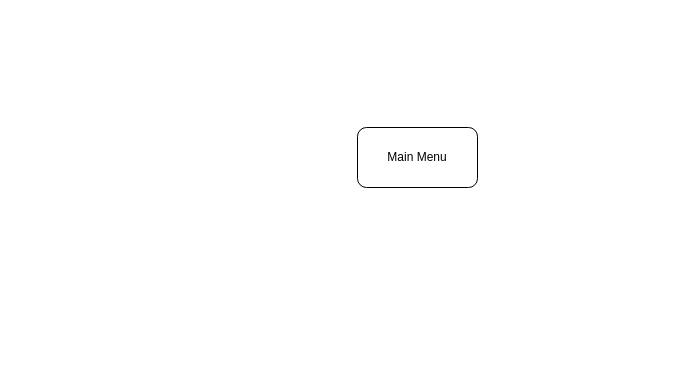
lewisglass/ProgrammingPrinciplesCoursework keeps this draw.io diagram as state_diagram.drawio. Above is the earlier version. Source tidied: cells renumbered, new cells numbered last; positions are measured from the earlier drawing's top-left corner, leaving out a move shared by most shapes. Both pictures are drawn from the tidied source at 100%, with x=0, y=0 at pixel (357, 127).
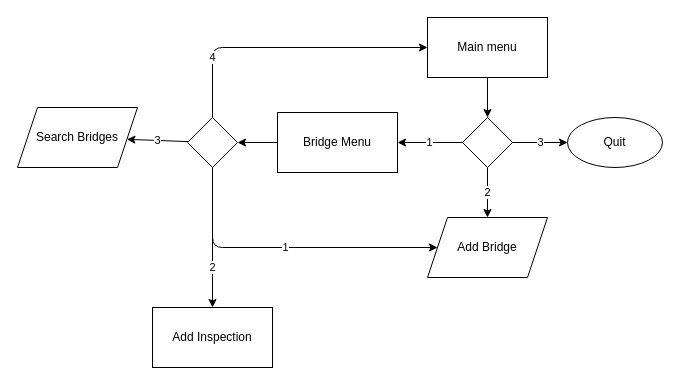
After the change.

Commit message (it also covers changes not shown here):
Made inspection and bridge creatable with incomplete parameters

The edit, as a diff of the source:
```diff
@@
-    <mxCell id="2" value="Main Menu" style="rounded=1;whiteSpace=wrap;html=1;" parent="1" vertex="1">
-      <mxGeometry width="120" height="60" as="geometry" />
-    </mxCell>
+    <mxCell id="3" style="edgeStyle=none;html=1;" parent="1" edge="1" source="4" target="8">
+      <mxGeometry relative="1" as="geometry" />
+    </mxCell>
+    <mxCell id="4" value="Main menu" style="rounded=0;whiteSpace=wrap;html=1;" parent="1" vertex="1">
+      <mxGeometry x="70" y="-110" width="120" height="60" as="geometry" />
+    </mxCell>
+    <mxCell id="5" value="1" style="edgeStyle=none;html=1;" parent="1" edge="1" source="8" target="10">
+      <mxGeometry relative="1" as="geometry" />
+    </mxCell>
+    <mxCell id="6" value="3" style="edgeStyle=none;html=1;entryX=0;entryY=0.5;entryDx=0;entryDy=0;" parent="1" edge="1" source="8" target="11">
+      <mxGeometry relative="1" as="geometry" />
+    </mxCell>
+    <mxCell id="7" value="2" style="edgeStyle=none;html=1;entryX=0.5;entryY=0;entryDx=0;entryDy=0;" parent="1" edge="1" source="8" target="18">
+      <mxGeometry relative="1" as="geometry" />
+    </mxCell>
+    <mxCell id="8" style="rhombus;whiteSpace=wrap;html=1;rounded=0;" parent="1" vertex="1">
+      <mxGeometry x="105" y="-10" width="50" height="50" as="geometry" />
+    </mxCell>
+    <mxCell id="9" style="edgeStyle=none;html=1;" parent="1" edge="1" source="10" target="16">
+      <mxGeometry relative="1" as="geometry" />
+    </mxCell>
+    <mxCell id="10" value="Bridge Menu" style="whiteSpace=wrap;html=1;rounded=0;" parent="1" vertex="1">
+      <mxGeometry x="-80" y="-15" width="120" height="60" as="geometry" />
+    </mxCell>
+    <mxCell id="11" value="Quit" style="ellipse;whiteSpace=wrap;html=1;" parent="1" vertex="1">
+      <mxGeometry x="210" y="-10" width="95" height="50" as="geometry" />
+    </mxCell>
+    <mxCell id="12" value="1" style="edgeStyle=none;html=1;entryX=0;entryY=0.5;entryDx=0;entryDy=0;" parent="1" edge="1" source="16" target="18">
+      <mxGeometry relative="1" as="geometry">
+        <Array as="points">
+          <mxPoint x="-145" y="120" />
+        </Array>
+      </mxGeometry>
+    </mxCell>
+    <mxCell id="13" value="2" style="edgeStyle=none;html=1;" parent="1" edge="1" source="16" target="17">
+      <mxGeometry x="0.43" relative="1" as="geometry" />
+    </mxCell>
+    <mxCell id="14" value="3" style="edgeStyle=none;html=1;" parent="1" edge="1" source="16" target="19">
+      <mxGeometry relative="1" as="geometry" />
+    </mxCell>
+    <mxCell id="15" value="4" style="edgeStyle=none;html=1;entryX=0;entryY=0.5;entryDx=0;entryDy=0;" parent="1" edge="1" source="16" target="4">
+      <mxGeometry x="-0.58" relative="1" as="geometry">
+        <Array as="points">
+          <mxPoint x="-145" y="-80" />
+        </Array>
+      </mxGeometry>
+    </mxCell>
+    <mxCell id="16" style="rhombus;whiteSpace=wrap;html=1;rounded=0;" parent="1" vertex="1">
+      <mxGeometry x="-170" y="-10" width="50" height="50" as="geometry" />
+    </mxCell>
+    <mxCell id="17" value="Add Inspection" style="whiteSpace=wrap;html=1;rounded=0;" parent="1" vertex="1">
+      <mxGeometry x="-205" y="180" width="120" height="60" as="geometry" />
+    </mxCell>
+    <mxCell id="18" value="Add Bridge" style="shape=parallelogram;perimeter=parallelogramPerimeter;whiteSpace=wrap;html=1;fixedSize=1;" parent="1" vertex="1">
+      <mxGeometry x="70" y="90" width="120" height="60" as="geometry" />
+    </mxCell>
+    <mxCell id="19" value="Search Bridges" style="shape=parallelogram;perimeter=parallelogramPerimeter;whiteSpace=wrap;html=1;fixedSize=1;rounded=0;" parent="1" vertex="1">
+      <mxGeometry x="-340" y="-20" width="120" height="60" as="geometry" />
+    </mxCell>
```
